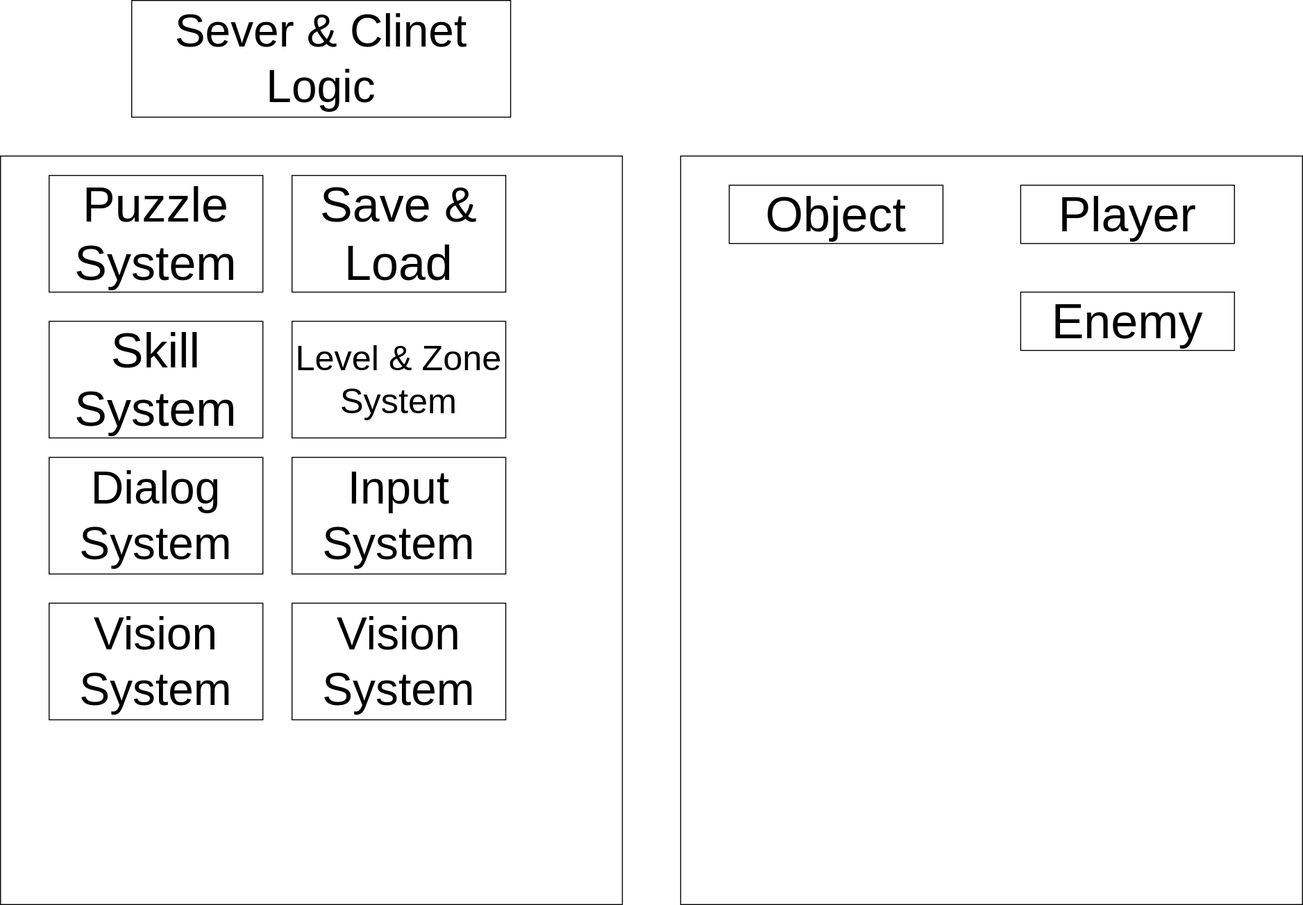
Earlier version of the draw.io export System Diagram.drawio.svg (ihaha424/TP). Source tidied: cells renumbered, new cells last; positions are measured from the earlier drawing's top-left corner, leaving out a move shared by most shapes. The source it was exported from:
```xml
<mxGraphModel>
  <root>
    <mxCell id="0" />
    <mxCell id="1" parent="0" />
    <mxCell id="2" style="rounded=0;whiteSpace=wrap;html=1;align=center;" parent="1" vertex="1">
      <mxGeometry x="700" y="160" width="640" height="770" as="geometry" />
    </mxCell>
    <mxCell id="3" value="&lt;span style=&quot;font-size: 50px;&quot;&gt;Object&lt;/span&gt;" style="rounded=0;whiteSpace=wrap;html=1;" parent="1" vertex="1">
      <mxGeometry x="750" y="190" width="220" height="60" as="geometry" />
    </mxCell>
    <mxCell id="4" style="rounded=0;whiteSpace=wrap;html=1;align=center;" parent="1" vertex="1">
      <mxGeometry y="160" width="640" height="770" as="geometry" />
    </mxCell>
    <mxCell id="5" value="&lt;span style=&quot;font-size: 50px;&quot;&gt;Puzzle System&lt;/span&gt;" style="rounded=0;whiteSpace=wrap;html=1;" parent="1" vertex="1">
      <mxGeometry x="50" y="180" width="220" height="120" as="geometry" />
    </mxCell>
    <mxCell id="6" value="&lt;span style=&quot;font-size: 50px;&quot;&gt;Skill System&lt;/span&gt;" style="rounded=0;whiteSpace=wrap;html=1;" parent="1" vertex="1">
      <mxGeometry x="50" y="330" width="220" height="120" as="geometry" />
    </mxCell>
    <mxCell id="7" value="&lt;span style=&quot;font-size: 50px;&quot;&gt;Save &amp;amp; Load&lt;/span&gt;" style="rounded=0;whiteSpace=wrap;html=1;" parent="1" vertex="1">
      <mxGeometry x="300" y="180" width="220" height="120" as="geometry" />
    </mxCell>
    <mxCell id="8" value="&lt;font style=&quot;font-size: 36px;&quot;&gt;Level &amp;amp; Zone System&lt;/font&gt;" style="rounded=0;whiteSpace=wrap;html=1;" parent="1" vertex="1">
      <mxGeometry x="300" y="330" width="220" height="120" as="geometry" />
    </mxCell>
    <mxCell id="9" value="&lt;font style=&quot;font-size: 47px;&quot;&gt;Dialog System&lt;/font&gt;" style="rounded=0;whiteSpace=wrap;html=1;" parent="1" vertex="1">
      <mxGeometry x="50" y="470" width="220" height="120" as="geometry" />
    </mxCell>
    <mxCell id="10" value="&lt;span style=&quot;font-size: 50px;&quot;&gt;Player&lt;/span&gt;" style="rounded=0;whiteSpace=wrap;html=1;" parent="1" vertex="1">
      <mxGeometry x="1050" y="190" width="220" height="60" as="geometry" />
    </mxCell>
    <mxCell id="11" value="&lt;span style=&quot;font-size: 47px;&quot;&gt;Sever &amp;amp; Clinet Logic&lt;/span&gt;" style="rounded=0;whiteSpace=wrap;html=1;" parent="1" vertex="1">
      <mxGeometry x="135" width="390" height="120" as="geometry" />
    </mxCell>
    <mxCell id="12" value="&lt;font style=&quot;font-size: 47px;&quot;&gt;Input System&lt;/font&gt;" style="rounded=0;whiteSpace=wrap;html=1;" parent="1" vertex="1">
      <mxGeometry x="300" y="470" width="220" height="120" as="geometry" />
    </mxCell>
    <mxCell id="13" value="&lt;font style=&quot;font-size: 47px;&quot;&gt;Vision&lt;br&gt;System&lt;/font&gt;" style="rounded=0;whiteSpace=wrap;html=1;" parent="1" vertex="1">
      <mxGeometry x="50" y="620" width="220" height="120" as="geometry" />
    </mxCell>
    <mxCell id="14" value="&lt;span style=&quot;font-size: 50px;&quot;&gt;Enemy&lt;/span&gt;" style="rounded=0;whiteSpace=wrap;html=1;" parent="1" vertex="1">
      <mxGeometry x="1050" y="300" width="220" height="60" as="geometry" />
    </mxCell>
    <mxCell id="15" value="&lt;font style=&quot;font-size: 47px;&quot;&gt;Vision&lt;br&gt;System&lt;/font&gt;" style="rounded=0;whiteSpace=wrap;html=1;" parent="1" vertex="1">
      <mxGeometry x="300" y="620" width="220" height="120" as="geometry" />
    </mxCell>
  </root>
</mxGraphModel>
```
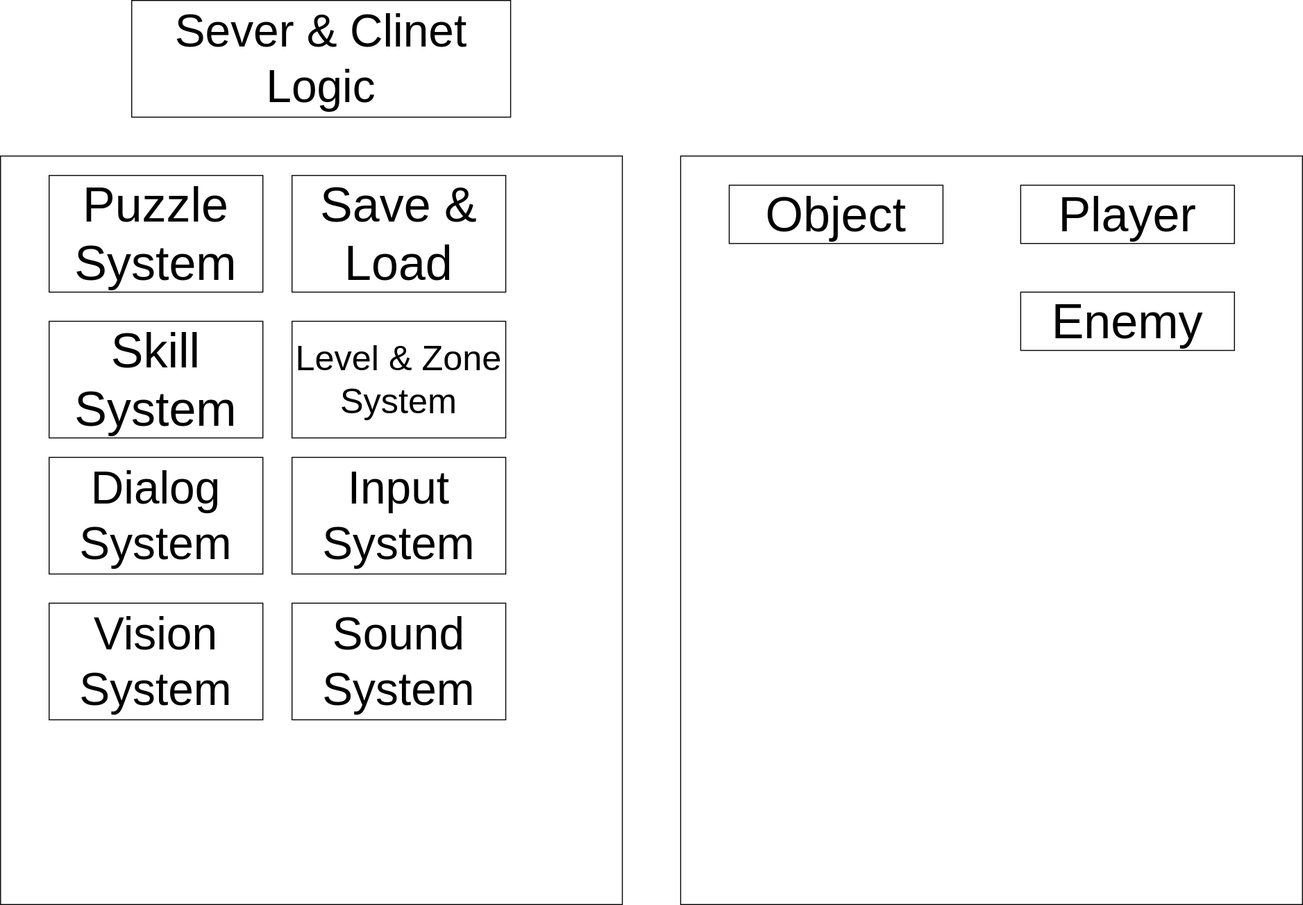
After the commit.

Diff of the diagram source:
```diff
@@ -41,7 +41,7 @@
     <mxCell id="14" value="&lt;span style=&quot;font-size: 50px;&quot;&gt;Enemy&lt;/span&gt;" style="rounded=0;whiteSpace=wrap;html=1;" parent="1" vertex="1">
       <mxGeometry x="1050" y="300" width="220" height="60" as="geometry" />
     </mxCell>
-    <mxCell id="15" value="&lt;font style=&quot;font-size: 47px;&quot;&gt;Vision&lt;br&gt;System&lt;/font&gt;" style="rounded=0;whiteSpace=wrap;html=1;" parent="1" vertex="1">
+    <mxCell id="15" value="&lt;font style=&quot;font-size: 47px;&quot;&gt;Sound&lt;br&gt;System&lt;/font&gt;" style="rounded=0;whiteSpace=wrap;html=1;" parent="1" vertex="1">
       <mxGeometry x="300" y="620" width="220" height="120" as="geometry" />
     </mxCell>
   </root>
```
